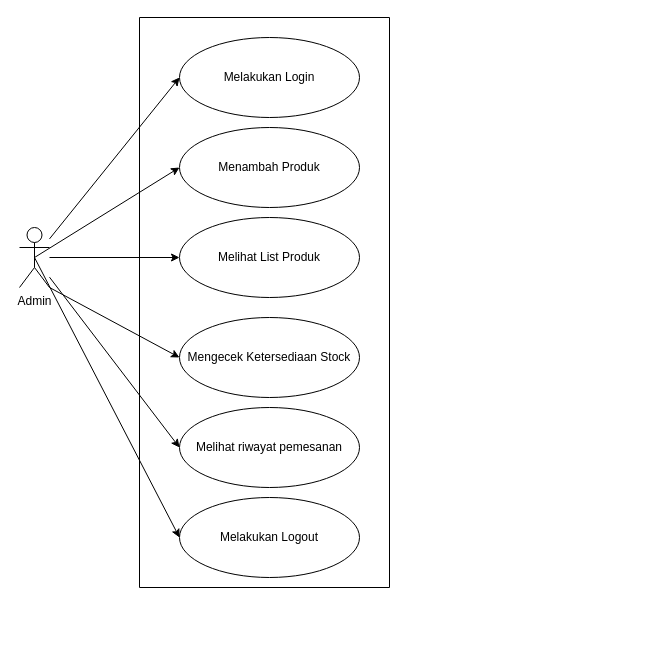
Above: docs/usecase/admin-usecase.drawio in EvandriRidho/Rizquna-Bakery (draw.io), before the change. Source tidied: cells renumbered, new cells numbered last; positions are measured from the earlier drawing's top-left corner, leaving out a move shared by most shapes. Both pictures are drawn from the tidied source at 100%, with x=0, y=0 at pixel (19, 17).
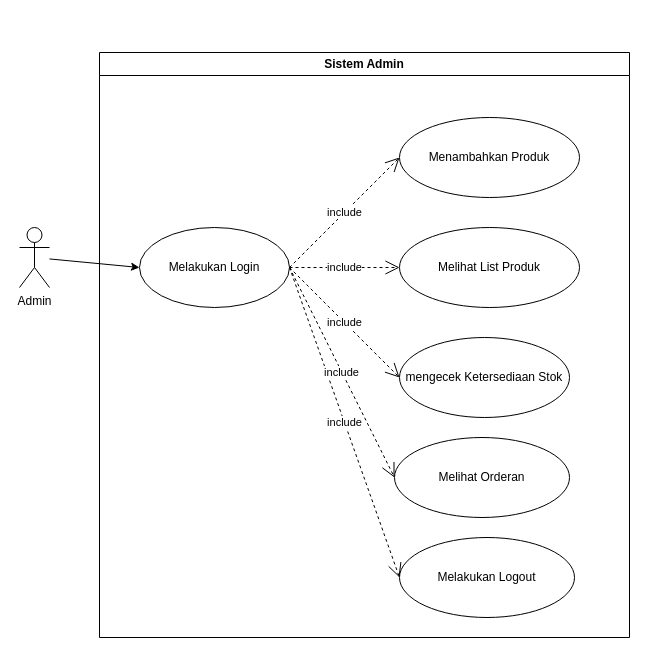
Above is the later version.

Commit message (it also covers changes not shown here):
docs (diagram) : fix navigation and admin usecase

The edit, as a diff of the source:
```diff
@@
 <mxGraphModel>
   <root>
     <mxCell id="0" />
     <mxCell id="1" parent="0" />
     <mxCell id="2" value="Admin" style="shape=umlActor;verticalLabelPosition=bottom;verticalAlign=top;html=1;outlineConnect=0;" parent="1" vertex="1">
       <mxGeometry y="210" width="30" height="60" as="geometry" />
     </mxCell>
-    <mxCell id="3" style="swimlane;startSize=0;" parent="1" vertex="1">
-      <mxGeometry x="120" width="250" height="570" as="geometry" />
-    </mxCell>
+    <mxCell id="16" value="Sistem Admin" style="swimlane;whiteSpace=wrap;html=1;" parent="1" vertex="1">
+      <mxGeometry x="80" y="35" width="530" height="585" as="geometry" />
+    </mxCell>
-    <mxCell id="4" value="Melakukan Login" style="ellipse;whiteSpace=wrap;html=1;" parent="3" vertex="1">
-      <mxGeometry x="40" y="20" width="180" height="80" as="geometry" />
+    <mxCell id="4" value="Melakukan Login" style="ellipse;whiteSpace=wrap;html=1;" parent="16" vertex="1">
+      <mxGeometry x="40" y="175" width="150" height="80" as="geometry" />
     </mxCell>
-    <mxCell id="5" value="Menambah Produk" style="ellipse;whiteSpace=wrap;html=1;" parent="3" vertex="1">
-      <mxGeometry x="40" y="110" width="180" height="80" as="geometry" />
-    </mxCell>
+    <mxCell id="17" value="Menambahkan Produk" style="ellipse;whiteSpace=wrap;html=1;" parent="16" vertex="1">
+      <mxGeometry x="300" y="65" width="180" height="80" as="geometry" />
+    </mxCell>
-    <mxCell id="6" value="Melihat List Produk" style="ellipse;whiteSpace=wrap;html=1;" parent="3" vertex="1">
-      <mxGeometry x="40" y="200" width="180" height="80" as="geometry" />
+    <mxCell id="6" value="Melihat List Produk" style="ellipse;whiteSpace=wrap;html=1;" parent="16" vertex="1">
+      <mxGeometry x="300" y="175" width="180" height="80" as="geometry" />
     </mxCell>
-    <mxCell id="7" value="Mengecek Ketersediaan Stock" style="ellipse;whiteSpace=wrap;html=1;" parent="3" vertex="1">
-      <mxGeometry x="40" y="300" width="180" height="80" as="geometry" />
-    </mxCell>
-    <mxCell id="8" value="Melihat riwayat pemesanan" style="ellipse;whiteSpace=wrap;html=1;" parent="3" vertex="1">
-      <mxGeometry x="40" y="390" width="180" height="80" as="geometry" />
-    </mxCell>
+    <mxCell id="18" value="mengecek Ketersediaan Stok" style="ellipse;whiteSpace=wrap;html=1;" parent="16" vertex="1">
+      <mxGeometry x="300" y="285" width="170" height="80" as="geometry" />
+    </mxCell>
+    <mxCell id="19" value="Melihat Orderan" style="ellipse;whiteSpace=wrap;html=1;" parent="16" vertex="1">
+      <mxGeometry x="295" y="385" width="175" height="80" as="geometry" />
+    </mxCell>
-    <mxCell id="9" value="Melakukan Logout" style="ellipse;whiteSpace=wrap;html=1;" parent="3" vertex="1">
-      <mxGeometry x="40" y="480" width="180" height="80" as="geometry" />
+    <mxCell id="9" value="Melakukan Logout" style="ellipse;whiteSpace=wrap;html=1;" parent="16" vertex="1">
+      <mxGeometry x="300" y="485" width="175" height="80" as="geometry" />
     </mxCell>
+    <mxCell id="20" value="include" style="endArrow=open;endSize=12;dashed=1;html=1;rounded=0;exitX=1;exitY=0.5;exitDx=0;exitDy=0;entryX=0;entryY=0.5;entryDx=0;entryDy=0;" parent="16" edge="1" source="4" target="17">
+      <mxGeometry relative="1" as="geometry" />
+    </mxCell>
+    <mxCell id="21" value="include" style="endArrow=open;endSize=12;dashed=1;html=1;rounded=0;entryX=0;entryY=0.5;entryDx=0;entryDy=0;" parent="16" edge="1" target="9">
+      <mxGeometry relative="1" as="geometry">
+        <mxPoint x="190" y="215" as="sourcePoint" />
+      </mxGeometry>
+    </mxCell>
     <mxCell id="10" style="endArrow=classic;html=1;rounded=0;entryX=0;entryY=0.5;entryDx=0;entryDy=0;" parent="1" edge="1" source="2" target="4">
       <mxGeometry relative="1" as="geometry" />
     </mxCell>
-    <mxCell id="11" style="endArrow=classic;html=1;rounded=0;exitX=0.5;exitY=0.5;exitDx=0;exitDy=0;exitPerimeter=0;entryX=0;entryY=0.5;entryDx=0;entryDy=0;" parent="1" edge="1" source="2" target="5">
-      <mxGeometry relative="1" as="geometry" />
-    </mxCell>
-    <mxCell id="12" style="endArrow=classic;html=1;rounded=0;entryX=0;entryY=0.5;entryDx=0;entryDy=0;" parent="1" edge="1" source="2" target="6">
-      <mxGeometry relative="1" as="geometry" />
-    </mxCell>
-    <mxCell id="13" style="endArrow=classic;html=1;rounded=0;exitX=1;exitY=1;exitDx=0;exitDy=0;exitPerimeter=0;entryX=0;entryY=0.5;entryDx=0;entryDy=0;" parent="1" edge="1" source="2" target="7">
-      <mxGeometry relative="1" as="geometry" />
-    </mxCell>
-    <mxCell id="14" style="endArrow=classic;html=1;rounded=0;entryX=0;entryY=0.5;entryDx=0;entryDy=0;" parent="1" edge="1" source="2" target="8">
-      <mxGeometry relative="1" as="geometry" />
-    </mxCell>
-    <mxCell id="15" style="endArrow=classic;html=1;rounded=0;exitX=0.5;exitY=0.5;exitDx=0;exitDy=0;exitPerimeter=0;entryX=0;entryY=0.5;entryDx=0;entryDy=0;" parent="1" edge="1" source="2" target="9">
-      <mxGeometry relative="1" as="geometry" />
-    </mxCell>
+    <mxCell id="22" value="include" style="endArrow=open;endSize=12;dashed=1;html=1;rounded=0;entryX=0;entryY=0.5;entryDx=0;entryDy=0;" parent="1" edge="1" target="6">
+      <mxGeometry relative="1" as="geometry">
+        <mxPoint x="270" y="250" as="sourcePoint" />
+      </mxGeometry>
+    </mxCell>
+    <mxCell id="23" value="include" style="endArrow=open;endSize=12;dashed=1;html=1;rounded=0;entryX=0;entryY=0.5;entryDx=0;entryDy=0;" parent="1" edge="1" target="18">
+      <mxGeometry relative="1" as="geometry">
+        <mxPoint x="270" y="250" as="sourcePoint" />
+      </mxGeometry>
+    </mxCell>
+    <mxCell id="24" value="include" style="endArrow=open;endSize=12;dashed=1;html=1;rounded=0;entryX=0;entryY=0.5;entryDx=0;entryDy=0;" parent="1" edge="1" target="19">
+      <mxGeometry relative="1" as="geometry">
+        <mxPoint x="270" y="250" as="sourcePoint" />
+      </mxGeometry>
+    </mxCell>
   </root>
 </mxGraphModel>
```
